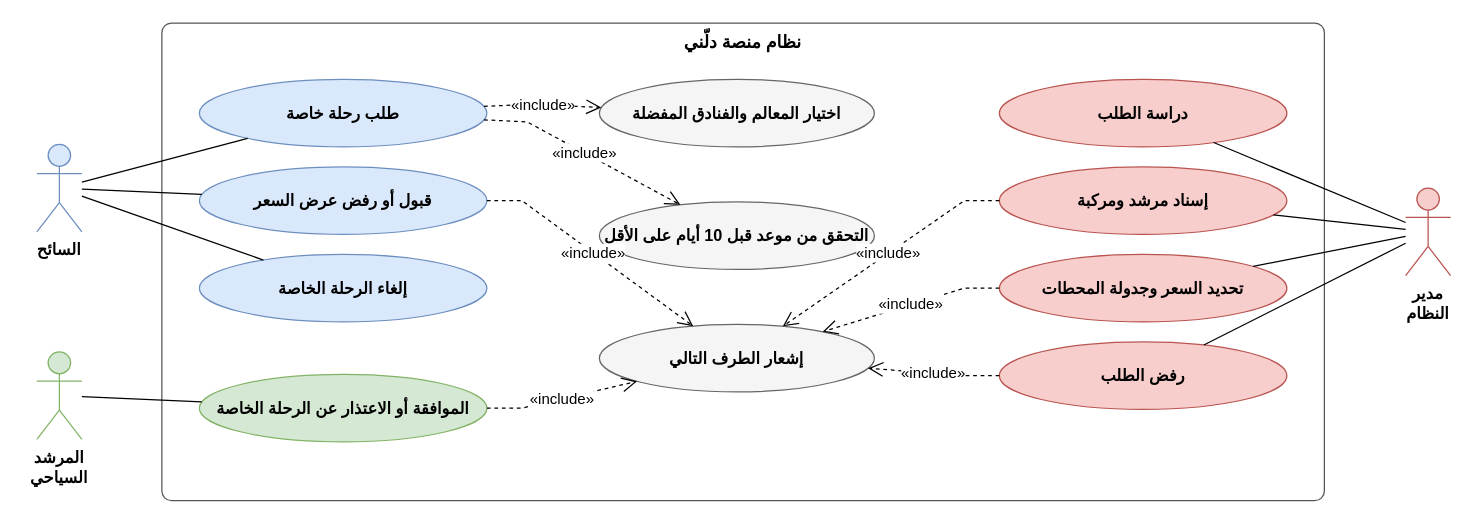
This is مخططات_التحليل_drawio/uc09_private.drawio from masara-prog/Delni-project, a draw.io file, before an edit. Source tidied: cells renumbered, new cells numbered last; positions are measured from the earlier drawing's top-left corner, leaving out a move shared by most shapes. Both pictures are drawn from the tidied source at 125%, with x=0, y=0 at pixel (36, 22).
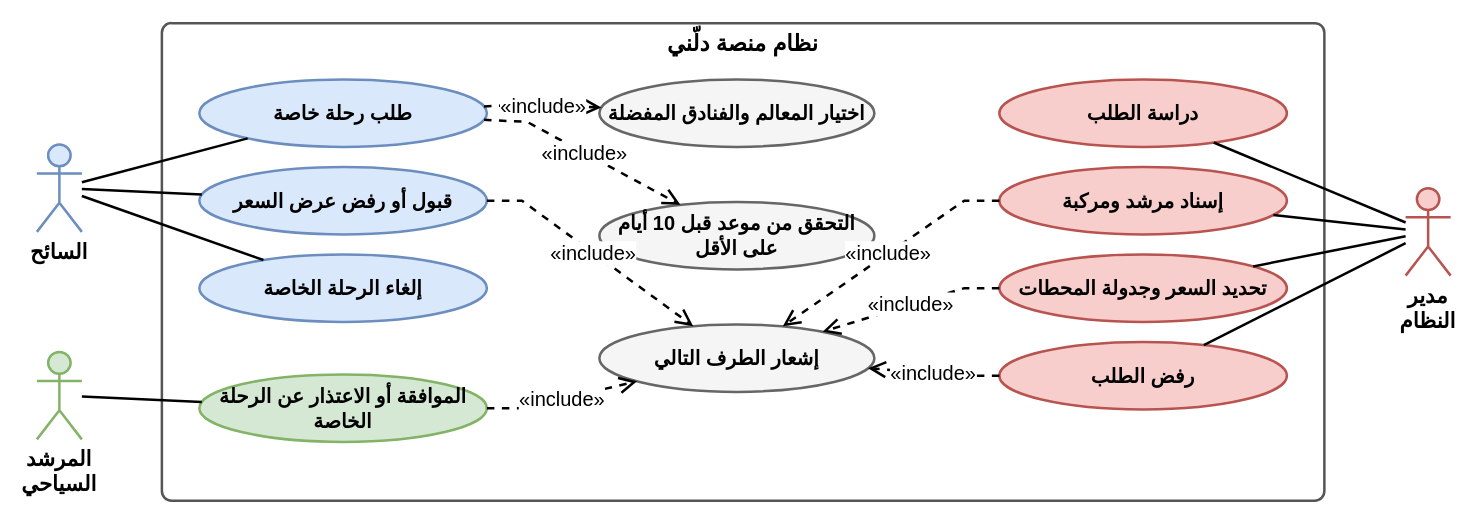
The same page after the edit.

Diff of the diagram source:
```diff
@@
-    <mxCell id="2" value="طلب رحلة خاصة" style="ellipse;html=1;whiteSpace=wrap;fontFamily=Arial;fontSize=13;fontStyle=1;fillColor=#dae8fc;strokeColor=#6c8ebf;" parent="1" vertex="1">
+    <mxCell id="2" value="طلب رحلة خاصة" style="ellipse;html=1;whiteSpace=wrap;fontFamily=Arial;fontSize=16;fontStyle=1;fillColor=#dae8fc;strokeColor=#6c8ebf;strokeWidth=2;" parent="1" vertex="1">
       <mxGeometry x="130" y="45" width="230" height="54" as="geometry" />
     </mxCell>
-    <mxCell id="3" value="قبول أو رفض عرض السعر" style="ellipse;html=1;whiteSpace=wrap;fontFamily=Arial;fontSize=13;fontStyle=1;fillColor=#dae8fc;strokeColor=#6c8ebf;" parent="1" vertex="1">
+    <mxCell id="3" value="قبول أو رفض عرض السعر" style="ellipse;html=1;whiteSpace=wrap;fontFamily=Arial;fontSize=16;fontStyle=1;fillColor=#dae8fc;strokeColor=#6c8ebf;strokeWidth=2;" parent="1" vertex="1">
       <mxGeometry x="130" y="115" width="230" height="54" as="geometry" />
     </mxCell>
-    <mxCell id="4" value="إلغاء الرحلة الخاصة" style="ellipse;html=1;whiteSpace=wrap;fontFamily=Arial;fontSize=13;fontStyle=1;fillColor=#dae8fc;strokeColor=#6c8ebf;" parent="1" vertex="1">
+    <mxCell id="4" value="إلغاء الرحلة الخاصة" style="ellipse;html=1;whiteSpace=wrap;fontFamily=Arial;fontSize=16;fontStyle=1;fillColor=#dae8fc;strokeColor=#6c8ebf;strokeWidth=2;" parent="1" vertex="1">
       <mxGeometry x="130" y="185" width="230" height="54" as="geometry" />
     </mxCell>
-    <mxCell id="5" value="السائح" style="shape=umlActor;verticalLabelPosition=bottom;verticalAlign=top;html=1;whiteSpace=wrap;fontFamily=Arial;fontSize=13;fontStyle=1;fillColor=#dae8fc;strokeColor=#6c8ebf;" parent="1" vertex="1">
+    <mxCell id="5" value="السائح" style="shape=umlActor;verticalLabelPosition=bottom;verticalAlign=top;html=1;whiteSpace=wrap;fontFamily=Arial;fontSize=17;fontStyle=1;fillColor=#dae8fc;strokeColor=#6c8ebf;strokeWidth=2;" parent="1" vertex="1">
       <mxGeometry y="97" width="36" height="70" as="geometry" />
     </mxCell>
-    <mxCell id="6" value="الموافقة أو الاعتذار عن الرحلة الخاصة" style="ellipse;html=1;whiteSpace=wrap;fontFamily=Arial;fontSize=13;fontStyle=1;fillColor=#d5e8d4;strokeColor=#82b366;" parent="1" vertex="1">
+    <mxCell id="6" value="الموافقة أو الاعتذار عن الرحلة الخاصة" style="ellipse;html=1;whiteSpace=wrap;fontFamily=Arial;fontSize=16;fontStyle=1;fillColor=#d5e8d4;strokeColor=#82b366;strokeWidth=2;" parent="1" vertex="1">
       <mxGeometry x="130" y="281" width="230" height="54" as="geometry" />
     </mxCell>
-    <mxCell id="7" value="المرشد السياحي" style="shape=umlActor;verticalLabelPosition=bottom;verticalAlign=top;html=1;whiteSpace=wrap;fontFamily=Arial;fontSize=13;fontStyle=1;fillColor=#d5e8d4;strokeColor=#82b366;" parent="1" vertex="1">
+    <mxCell id="7" value="المرشد السياحي" style="shape=umlActor;verticalLabelPosition=bottom;verticalAlign=top;html=1;whiteSpace=wrap;fontFamily=Arial;fontSize=17;fontStyle=1;fillColor=#d5e8d4;strokeColor=#82b366;strokeWidth=2;" parent="1" vertex="1">
       <mxGeometry y="263" width="36" height="70" as="geometry" />
     </mxCell>
-    <mxCell id="8" value="دراسة الطلب" style="ellipse;html=1;whiteSpace=wrap;fontFamily=Arial;fontSize=13;fontStyle=1;fillColor=#f8cecc;strokeColor=#b85450;" parent="1" vertex="1">
+    <mxCell id="8" value="دراسة الطلب" style="ellipse;html=1;whiteSpace=wrap;fontFamily=Arial;fontSize=16;fontStyle=1;fillColor=#f8cecc;strokeColor=#b85450;strokeWidth=2;" parent="1" vertex="1">
       <mxGeometry x="770" y="45" width="230" height="54" as="geometry" />
     </mxCell>
-    <mxCell id="9" value="إسناد مرشد ومركبة" style="ellipse;html=1;whiteSpace=wrap;fontFamily=Arial;fontSize=13;fontStyle=1;fillColor=#f8cecc;strokeColor=#b85450;" parent="1" vertex="1">
+    <mxCell id="9" value="إسناد مرشد ومركبة" style="ellipse;html=1;whiteSpace=wrap;fontFamily=Arial;fontSize=16;fontStyle=1;fillColor=#f8cecc;strokeColor=#b85450;strokeWidth=2;" parent="1" vertex="1">
       <mxGeometry x="770" y="115" width="230" height="54" as="geometry" />
     </mxCell>
-    <mxCell id="10" value="تحديد السعر وجدولة المحطات" style="ellipse;html=1;whiteSpace=wrap;fontFamily=Arial;fontSize=13;fontStyle=1;fillColor=#f8cecc;strokeColor=#b85450;" parent="1" vertex="1">
+    <mxCell id="10" value="تحديد السعر وجدولة المحطات" style="ellipse;html=1;whiteSpace=wrap;fontFamily=Arial;fontSize=16;fontStyle=1;fillColor=#f8cecc;strokeColor=#b85450;strokeWidth=2;" parent="1" vertex="1">
       <mxGeometry x="770" y="185" width="230" height="54" as="geometry" />
     </mxCell>
-    <mxCell id="11" value="رفض الطلب" style="ellipse;html=1;whiteSpace=wrap;fontFamily=Arial;fontSize=13;fontStyle=1;fillColor=#f8cecc;strokeColor=#b85450;" parent="1" vertex="1">
+    <mxCell id="11" value="رفض الطلب" style="ellipse;html=1;whiteSpace=wrap;fontFamily=Arial;fontSize=16;fontStyle=1;fillColor=#f8cecc;strokeColor=#b85450;strokeWidth=2;" parent="1" vertex="1">
       <mxGeometry x="770" y="255" width="230" height="54" as="geometry" />
     </mxCell>
-    <mxCell id="12" value="مدير النظام" style="shape=umlActor;verticalLabelPosition=bottom;verticalAlign=top;html=1;whiteSpace=wrap;fontFamily=Arial;fontSize=13;fontStyle=1;fillColor=#f8cecc;strokeColor=#b85450;" parent="1" vertex="1">
+    <mxCell id="12" value="مدير النظام" style="shape=umlActor;verticalLabelPosition=bottom;verticalAlign=top;html=1;whiteSpace=wrap;fontFamily=Arial;fontSize=17;fontStyle=1;fillColor=#f8cecc;strokeColor=#b85450;strokeWidth=2;" parent="1" vertex="1">
       <mxGeometry x="1095" y="132" width="36" height="70" as="geometry" />
     </mxCell>
-    <mxCell id="13" value="اختيار المعالم والفنادق المفضلة" style="ellipse;html=1;whiteSpace=wrap;fontFamily=Arial;fontSize=13;fontStyle=1;fillColor=#f5f5f5;strokeColor=#666666;" parent="1" vertex="1">
+    <mxCell id="13" value="اختيار المعالم والفنادق المفضلة" style="ellipse;html=1;whiteSpace=wrap;fontFamily=Arial;fontSize=16;fontStyle=1;fillColor=#f5f5f5;strokeColor=#666666;strokeWidth=2;" parent="1" vertex="1">
       <mxGeometry x="450" y="45" width="220" height="54" as="geometry" />
     </mxCell>
-    <mxCell id="14" value="التحقق من موعد قبل 10 أيام على الأقل" style="ellipse;html=1;whiteSpace=wrap;fontFamily=Arial;fontSize=13;fontStyle=1;fillColor=#f5f5f5;strokeColor=#666666;" parent="1" vertex="1">
+    <mxCell id="14" value="التحقق من موعد قبل 10 أيام على الأقل" style="ellipse;html=1;whiteSpace=wrap;fontFamily=Arial;fontSize=16;fontStyle=1;fillColor=#f5f5f5;strokeColor=#666666;strokeWidth=2;" parent="1" vertex="1">
       <mxGeometry x="450" y="143" width="220" height="54" as="geometry" />
     </mxCell>
-    <mxCell id="15" value="إشعار الطرف التالي" style="ellipse;html=1;whiteSpace=wrap;fontFamily=Arial;fontSize=13;fontStyle=1;fillColor=#f5f5f5;strokeColor=#666666;" parent="1" vertex="1">
+    <mxCell id="15" value="إشعار الطرف التالي" style="ellipse;html=1;whiteSpace=wrap;fontFamily=Arial;fontSize=16;fontStyle=1;fillColor=#f5f5f5;strokeColor=#666666;strokeWidth=2;" parent="1" vertex="1">
       <mxGeometry x="450" y="241" width="220" height="54" as="geometry" />
     </mxCell>
-    <mxCell id="16" value="نظام منصة دلّني" style="rounded=1;arcSize=2;verticalAlign=top;fillColor=none;html=1;whiteSpace=wrap;fontFamily=Arial;fontSize=14;fontStyle=1;strokeColor=#555555;" parent="1" vertex="1">
+    <mxCell id="16" value="نظام منصة دلّني" style="rounded=1;arcSize=2;verticalAlign=top;fillColor=none;html=1;whiteSpace=wrap;fontFamily=Arial;fontSize=18;fontStyle=1;strokeColor=#555555;strokeWidth=2;" parent="1" vertex="1">
       <mxGeometry x="100" width="930" height="382" as="geometry" />
     </mxCell>
-    <mxCell id="17" style="endArrow=none;html=1;rounded=0;fontFamily=Arial;fontSize=12;labelBackgroundColor=#ffffff;" parent="1" edge="1" source="5" target="2">
+    <mxCell id="17" style="endArrow=none;html=1;rounded=0;fontFamily=Arial;fontSize=16;labelBackgroundColor=#ffffff;strokeWidth=2;" parent="1" edge="1" source="5" target="2">
       <mxGeometry relative="1" as="geometry" />
     </mxCell>
-    <mxCell id="18" style="endArrow=none;html=1;rounded=0;fontFamily=Arial;fontSize=12;labelBackgroundColor=#ffffff;" parent="1" edge="1" source="5" target="3">
+    <mxCell id="18" style="endArrow=none;html=1;rounded=0;fontFamily=Arial;fontSize=16;labelBackgroundColor=#ffffff;strokeWidth=2;" parent="1" edge="1" source="5" target="3">
       <mxGeometry relative="1" as="geometry" />
     </mxCell>
-    <mxCell id="19" style="endArrow=none;html=1;rounded=0;fontFamily=Arial;fontSize=12;labelBackgroundColor=#ffffff;" parent="1" edge="1" source="5" target="4">
+    <mxCell id="19" style="endArrow=none;html=1;rounded=0;fontFamily=Arial;fontSize=16;labelBackgroundColor=#ffffff;strokeWidth=2;" parent="1" edge="1" source="5" target="4">
       <mxGeometry relative="1" as="geometry" />
     </mxCell>
-    <mxCell id="20" style="endArrow=none;html=1;rounded=0;fontFamily=Arial;fontSize=12;labelBackgroundColor=#ffffff;" parent="1" edge="1" source="7" target="6">
+    <mxCell id="20" style="endArrow=none;html=1;rounded=0;fontFamily=Arial;fontSize=16;labelBackgroundColor=#ffffff;strokeWidth=2;" parent="1" edge="1" source="7" target="6">
       <mxGeometry relative="1" as="geometry" />
     </mxCell>
-    <mxCell id="21" style="endArrow=none;html=1;rounded=0;fontFamily=Arial;fontSize=12;labelBackgroundColor=#ffffff;" parent="1" edge="1" source="12" target="8">
+    <mxCell id="21" style="endArrow=none;html=1;rounded=0;fontFamily=Arial;fontSize=16;labelBackgroundColor=#ffffff;strokeWidth=2;" parent="1" edge="1" source="12" target="8">
       <mxGeometry relative="1" as="geometry" />
     </mxCell>
-    <mxCell id="22" style="endArrow=none;html=1;rounded=0;fontFamily=Arial;fontSize=12;labelBackgroundColor=#ffffff;" parent="1" edge="1" source="12" target="9">
+    <mxCell id="22" style="endArrow=none;html=1;rounded=0;fontFamily=Arial;fontSize=16;labelBackgroundColor=#ffffff;strokeWidth=2;" parent="1" edge="1" source="12" target="9">
       <mxGeometry relative="1" as="geometry" />
     </mxCell>
-    <mxCell id="23" style="endArrow=none;html=1;rounded=0;fontFamily=Arial;fontSize=12;labelBackgroundColor=#ffffff;" parent="1" edge="1" source="12" target="10">
+    <mxCell id="23" style="endArrow=none;html=1;rounded=0;fontFamily=Arial;fontSize=16;labelBackgroundColor=#ffffff;strokeWidth=2;" parent="1" edge="1" source="12" target="10">
       <mxGeometry relative="1" as="geometry" />
     </mxCell>
-    <mxCell id="24" style="endArrow=none;html=1;rounded=0;fontFamily=Arial;fontSize=12;labelBackgroundColor=#ffffff;" parent="1" edge="1" source="12" target="11">
+    <mxCell id="24" style="endArrow=none;html=1;rounded=0;fontFamily=Arial;fontSize=16;labelBackgroundColor=#ffffff;strokeWidth=2;" parent="1" edge="1" source="12" target="11">
       <mxGeometry relative="1" as="geometry" />
     </mxCell>
-    <mxCell id="25" value="«include»" style="dashed=1;endArrow=open;endSize=10;html=1;rounded=0;fontFamily=Arial;fontSize=12;labelBackgroundColor=#ffffff;" parent="1" edge="1" source="2" target="13">
+    <mxCell id="25" value="«include»" style="dashed=1;endArrow=open;endSize=10;html=1;rounded=0;fontFamily=Arial;fontSize=16;labelBackgroundColor=#ffffff;strokeWidth=2;" parent="1" edge="1" source="2" target="13">
       <mxGeometry relative="1" as="geometry">
         <Array as="points">
           <mxPoint x="392.2" y="65" />
         </Array>
       </mxGeometry>
     </mxCell>
-    <mxCell id="26" value="«include»" style="dashed=1;endArrow=open;endSize=10;html=1;rounded=0;fontFamily=Arial;fontSize=12;labelBackgroundColor=#ffffff;" parent="1" edge="1" source="2" target="14">
+    <mxCell id="26" value="«include»" style="dashed=1;endArrow=open;endSize=10;html=1;rounded=0;fontFamily=Arial;fontSize=16;labelBackgroundColor=#ffffff;strokeWidth=2;" parent="1" edge="1" source="2" target="14">
       <mxGeometry relative="1" as="geometry">
         <Array as="points">
           <mxPoint x="392.2" y="79" />
         </Array>
       </mxGeometry>
     </mxCell>
-    <mxCell id="27" value="«include»" style="dashed=1;endArrow=open;endSize=10;html=1;rounded=0;fontFamily=Arial;fontSize=12;labelBackgroundColor=#ffffff;" parent="1" edge="1" source="9" target="15">
+    <mxCell id="27" value="«include»" style="dashed=1;endArrow=open;endSize=10;html=1;rounded=0;fontFamily=Arial;fontSize=16;labelBackgroundColor=#ffffff;strokeWidth=2;" parent="1" edge="1" source="9" target="15">
       <mxGeometry relative="1" as="geometry">
         <Array as="points">
           <mxPoint x="742" y="142" />
         </Array>
       </mxGeometry>
     </mxCell>
-    <mxCell id="28" value="«include»" style="dashed=1;endArrow=open;endSize=10;html=1;rounded=0;fontFamily=Arial;fontSize=12;labelBackgroundColor=#ffffff;" parent="1" edge="1" source="6" target="15">
+    <mxCell id="28" value="«include»" style="dashed=1;endArrow=open;endSize=10;html=1;rounded=0;fontFamily=Arial;fontSize=16;labelBackgroundColor=#ffffff;strokeWidth=2;" parent="1" edge="1" source="6" target="15">
       <mxGeometry relative="1" as="geometry">
         <Array as="points">
           <mxPoint x="388" y="308" />
         </Array>
       </mxGeometry>
     </mxCell>
-    <mxCell id="29" value="«include»" style="dashed=1;endArrow=open;endSize=10;html=1;rounded=0;fontFamily=Arial;fontSize=12;labelBackgroundColor=#ffffff;" parent="1" edge="1" source="10" target="15">
+    <mxCell id="29" value="«include»" style="dashed=1;endArrow=open;endSize=10;html=1;rounded=0;fontFamily=Arial;fontSize=16;labelBackgroundColor=#ffffff;strokeWidth=2;" parent="1" edge="1" source="10" target="15">
       <mxGeometry relative="1" as="geometry">
         <Array as="points">
           <mxPoint x="742" y="212" />
         </Array>
       </mxGeometry>
     </mxCell>
-    <mxCell id="30" value="«include»" style="dashed=1;endArrow=open;endSize=10;html=1;rounded=0;fontFamily=Arial;fontSize=12;labelBackgroundColor=#ffffff;" parent="1" edge="1" source="3" target="15">
+    <mxCell id="30" value="«include»" style="dashed=1;endArrow=open;endSize=10;html=1;rounded=0;fontFamily=Arial;fontSize=16;labelBackgroundColor=#ffffff;strokeWidth=2;" parent="1" edge="1" source="3" target="15">
       <mxGeometry relative="1" as="geometry">
         <Array as="points">
           <mxPoint x="388" y="142" />
         </Array>
       </mxGeometry>
     </mxCell>
-    <mxCell id="31" value="«include»" style="dashed=1;endArrow=open;endSize=10;html=1;rounded=0;fontFamily=Arial;fontSize=12;labelBackgroundColor=#ffffff;" parent="1" edge="1" source="11" target="15">
+    <mxCell id="31" value="«include»" style="dashed=1;endArrow=open;endSize=10;html=1;rounded=0;fontFamily=Arial;fontSize=16;labelBackgroundColor=#ffffff;strokeWidth=2;" parent="1" edge="1" source="11" target="15">
       <mxGeometry relative="1" as="geometry">
         <Array as="points">
           <mxPoint x="742" y="282" />
         </Array>
       </mxGeometry>
     </mxCell>
```
